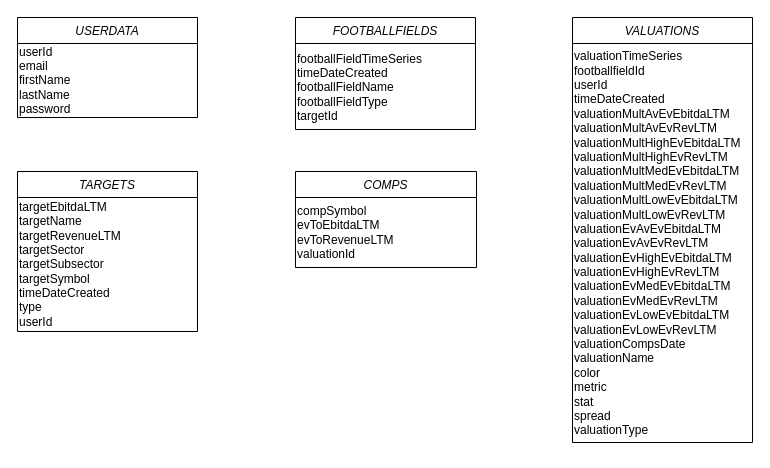
The draw.io diagram page "Page-1" (1 of 2) of backend/schemas/database-schema.drawio in zenmaee/workshopfinance, before the edit. Source tidied: cells renumbered, new cells numbered last; positions are measured from the earlier drawing's top-left corner, leaving out a move shared by most shapes. Both pictures are drawn from the tidied source at 100%, with x=0, y=0 at pixel (17, 17).
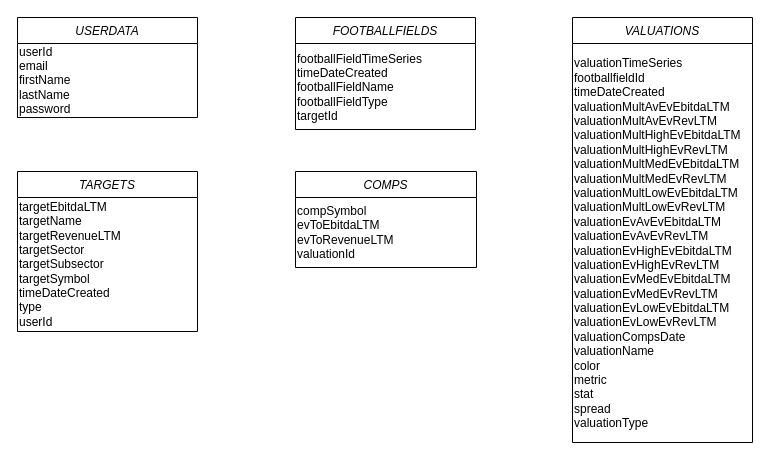
The same page after the edit.

Change to the diagram source:
```diff
@@
 <mxGraphModel>
   <root>
     <mxCell id="0" />
     <mxCell id="1" parent="0" />
     <mxCell id="2" value="USERDATA" style="swimlane;fontStyle=2;align=center;verticalAlign=top;horizontal=1;startSize=26;rounded=0;shadow=0;strokeWidth=1;" parent="1" vertex="1">
       <mxGeometry width="180" height="100" as="geometry" />
     </mxCell>
     <mxCell id="3" value="userId&lt;br&gt;&lt;div style=&quot;font-weight: bold;&quot;&gt;&lt;span style=&quot;background-color: initial; font-weight: normal;&quot;&gt;email&lt;/span&gt;&lt;/div&gt;firstName&lt;br&gt;lastName&lt;br&gt;password" style="text;strokeColor=none;align=left;fillColor=none;html=1;verticalAlign=middle;whiteSpace=wrap;rounded=0;" parent="2" vertex="1">
       <mxGeometry y="26" width="180" height="74" as="geometry" />
     </mxCell>
     <mxCell id="4" value="TARGETS" style="swimlane;fontStyle=2;align=center;verticalAlign=top;horizontal=1;startSize=26;rounded=0;shadow=0;strokeWidth=1;" parent="1" vertex="1">
       <mxGeometry y="154" width="180" height="160" as="geometry" />
     </mxCell>
     <mxCell id="5" value="&lt;span style=&quot;font-size: 12px;&quot;&gt;&lt;font color=&quot;#000000&quot;&gt;targetEbitdaLTM&lt;br&gt;targetName&lt;br&gt;targetRevenueLTM&lt;br&gt;targetSector&lt;br&gt;targetSubsector&lt;br&gt;targetSymbol&lt;br&gt;timeDateCreated&lt;br&gt;type&lt;br&gt;userId&lt;/font&gt;&lt;br style=&quot;font-size: 12px;&quot;&gt;&lt;/span&gt;" style="text;strokeColor=none;align=left;fillColor=none;html=1;verticalAlign=middle;whiteSpace=wrap;rounded=0;fontSize=12;fontFamily=Helvetica;fontColor=#3333FF;" parent="4" vertex="1">
       <mxGeometry y="26" width="180" height="134" as="geometry" />
     </mxCell>
     <mxCell id="6" value="FOOTBALLFIELDS" style="swimlane;fontStyle=2;align=center;verticalAlign=top;horizontal=1;startSize=26;rounded=0;shadow=0;strokeWidth=1;" parent="1" vertex="1">
       <mxGeometry x="278" width="180" height="112" as="geometry" />
     </mxCell>
     <mxCell id="7" value="VALUATIONS" style="swimlane;fontStyle=2;align=center;verticalAlign=top;horizontal=1;startSize=26;rounded=0;shadow=0;strokeWidth=1;" parent="1" vertex="1">
       <mxGeometry x="555" width="180" height="425" as="geometry" />
     </mxCell>
     <mxCell id="8" style="edgeStyle=orthogonalEdgeStyle;rounded=0;orthogonalLoop=1;jettySize=auto;html=1;exitX=0.5;exitY=1;exitDx=0;exitDy=0;strokeColor=#CC6600;" parent="7" edge="1" source="9" target="9">
       <mxGeometry relative="1" as="geometry" />
     </mxCell>
-    <mxCell id="9" value="valuationTimeSeries&lt;br&gt;footballfieldId&lt;br&gt;userId&lt;br&gt;timeDateCreated&lt;br&gt;valuationMultAvEvEbitdaLTM&lt;br&gt;valuationMultAvEvRevLTM&lt;br&gt;valuationMultHighEvEbitdaLTM&lt;br&gt;valuationMultHighEvRevLTM&lt;br&gt;valuationMultMedEvEbitdaLTM&lt;br&gt;valuationMultMedEvRevLTM&lt;br&gt;valuationMultLowEvEbitdaLTM&lt;br&gt;valuationMultLowEvRevLTM&lt;br&gt;valuationEvAvEvEbitdaLTM&lt;br style=&quot;border-color: var(--border-color);&quot;&gt;valuationEvAvEvRevLTM&lt;br style=&quot;border-color: var(--border-color);&quot;&gt;valuationEvHighEvEbitdaLTM&lt;br style=&quot;border-color: var(--border-color);&quot;&gt;valuationEvHighEvRevLTM&lt;br style=&quot;border-color: var(--border-color);&quot;&gt;valuationEvMedEvEbitdaLTM&lt;br style=&quot;border-color: var(--border-color);&quot;&gt;valuationEvMedEvRevLTM&lt;br style=&quot;border-color: var(--border-color);&quot;&gt;valuationEvLowEvEbitdaLTM&lt;br style=&quot;border-color: var(--border-color);&quot;&gt;valuationEvLowEvRevLTM&lt;br&gt;valuationCompsDate&lt;br&gt;valuationName&lt;br&gt;color&lt;br&gt;metric&lt;br&gt;stat&lt;br&gt;spread&lt;br&gt;valuationType" style="text;strokeColor=none;align=left;fillColor=none;html=1;verticalAlign=middle;whiteSpace=wrap;rounded=0;" parent="7" vertex="1">
+    <mxCell id="9" value="valuationTimeSeries&lt;br&gt;footballfieldId&lt;br&gt;timeDateCreated&lt;br&gt;valuationMultAvEvEbitdaLTM&lt;br&gt;valuationMultAvEvRevLTM&lt;br&gt;valuationMultHighEvEbitdaLTM&lt;br&gt;valuationMultHighEvRevLTM&lt;br&gt;valuationMultMedEvEbitdaLTM&lt;br&gt;valuationMultMedEvRevLTM&lt;br&gt;valuationMultLowEvEbitdaLTM&lt;br&gt;valuationMultLowEvRevLTM&lt;br&gt;valuationEvAvEvEbitdaLTM&lt;br style=&quot;border-color: var(--border-color);&quot;&gt;valuationEvAvEvRevLTM&lt;br style=&quot;border-color: var(--border-color);&quot;&gt;valuationEvHighEvEbitdaLTM&lt;br style=&quot;border-color: var(--border-color);&quot;&gt;valuationEvHighEvRevLTM&lt;br style=&quot;border-color: var(--border-color);&quot;&gt;valuationEvMedEvEbitdaLTM&lt;br style=&quot;border-color: var(--border-color);&quot;&gt;valuationEvMedEvRevLTM&lt;br style=&quot;border-color: var(--border-color);&quot;&gt;valuationEvLowEvEbitdaLTM&lt;br style=&quot;border-color: var(--border-color);&quot;&gt;valuationEvLowEvRevLTM&lt;br&gt;valuationCompsDate&lt;br&gt;valuationName&lt;br&gt;color&lt;br&gt;metric&lt;br&gt;stat&lt;br&gt;spread&lt;br&gt;valuationType" style="text;strokeColor=none;align=left;fillColor=none;html=1;verticalAlign=middle;whiteSpace=wrap;rounded=0;" parent="7" vertex="1">
       <mxGeometry y="26" width="180" height="399" as="geometry" />
     </mxCell>
     <mxCell id="10" value="COMPS" style="swimlane;fontStyle=2;align=center;verticalAlign=top;horizontal=1;startSize=26;rounded=0;shadow=0;strokeWidth=1;" parent="1" vertex="1">
       <mxGeometry x="278" y="154" width="181" height="96" as="geometry" />
     </mxCell>
     <mxCell id="11" value="compSymbol&lt;br&gt;evToEbitdaLTM&lt;br&gt;evToRevenueLTM&lt;br&gt;&lt;div style=&quot;&quot;&gt;&lt;span style=&quot;background-color: initial;&quot;&gt;valuationId&lt;/span&gt;&lt;/div&gt;" style="text;strokeColor=none;align=left;fillColor=none;html=1;verticalAlign=middle;whiteSpace=wrap;rounded=0;" parent="10" vertex="1">
       <mxGeometry y="26" width="181" height="70" as="geometry" />
     </mxCell>
     <mxCell id="12" style="edgeStyle=orthogonalEdgeStyle;rounded=0;orthogonalLoop=1;jettySize=auto;html=1;exitX=0.5;exitY=1;exitDx=0;exitDy=0;" parent="10" edge="1" source="11" target="11">
       <mxGeometry relative="1" as="geometry" />
     </mxCell>
     <mxCell id="13" value="footballFieldTimeSeries&lt;br&gt;timeDateCreated&lt;br&gt;footballFieldName&lt;br&gt;footballFieldType&lt;br&gt;&lt;span style=&quot;background-color: initial;&quot;&gt;targetId&lt;/span&gt;" style="text;strokeColor=none;align=left;fillColor=none;html=1;verticalAlign=middle;whiteSpace=wrap;rounded=0;" parent="1" vertex="1">
       <mxGeometry x="278" y="34" width="180" height="72" as="geometry" />
     </mxCell>
     <mxCell id="14" style="edgeStyle=orthogonalEdgeStyle;rounded=0;orthogonalLoop=1;jettySize=auto;html=1;exitX=0.5;exitY=1;exitDx=0;exitDy=0;" parent="1" edge="1" source="13" target="13">
       <mxGeometry relative="1" as="geometry" />
     </mxCell>
   </root>
 </mxGraphModel>
```
